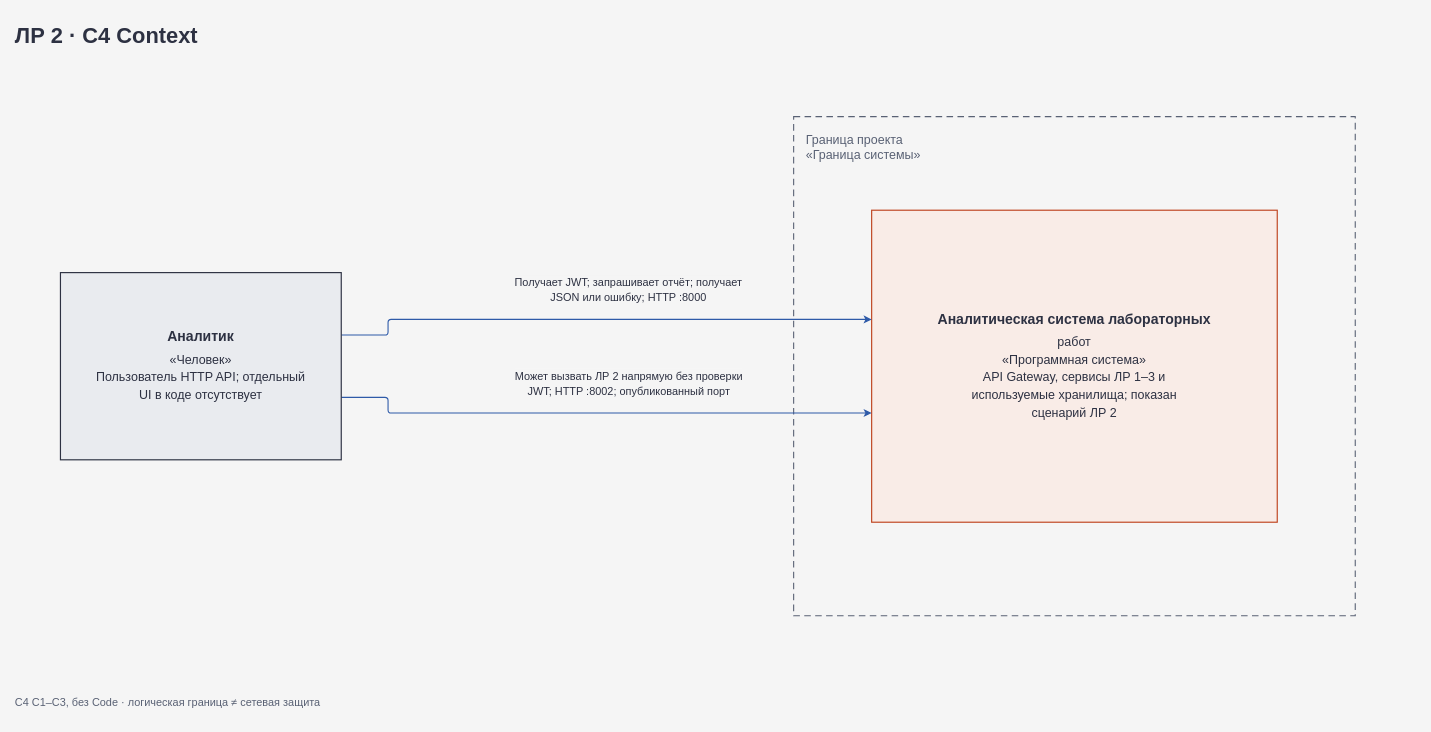
The draw.io diagram page "C4 Context" (1 of 5) of docs/diagrams/drawio/lab2.drawio in prikolBLYAT/volovich, before the edit. Source tidied: cells renumbered, new cells numbered last; positions are measured from the earlier drawing's top-left corner, leaving out a move shared by most shapes. Both pictures are drawn from the tidied source at 78%, with x=0, y=0 at pixel (13, 13).
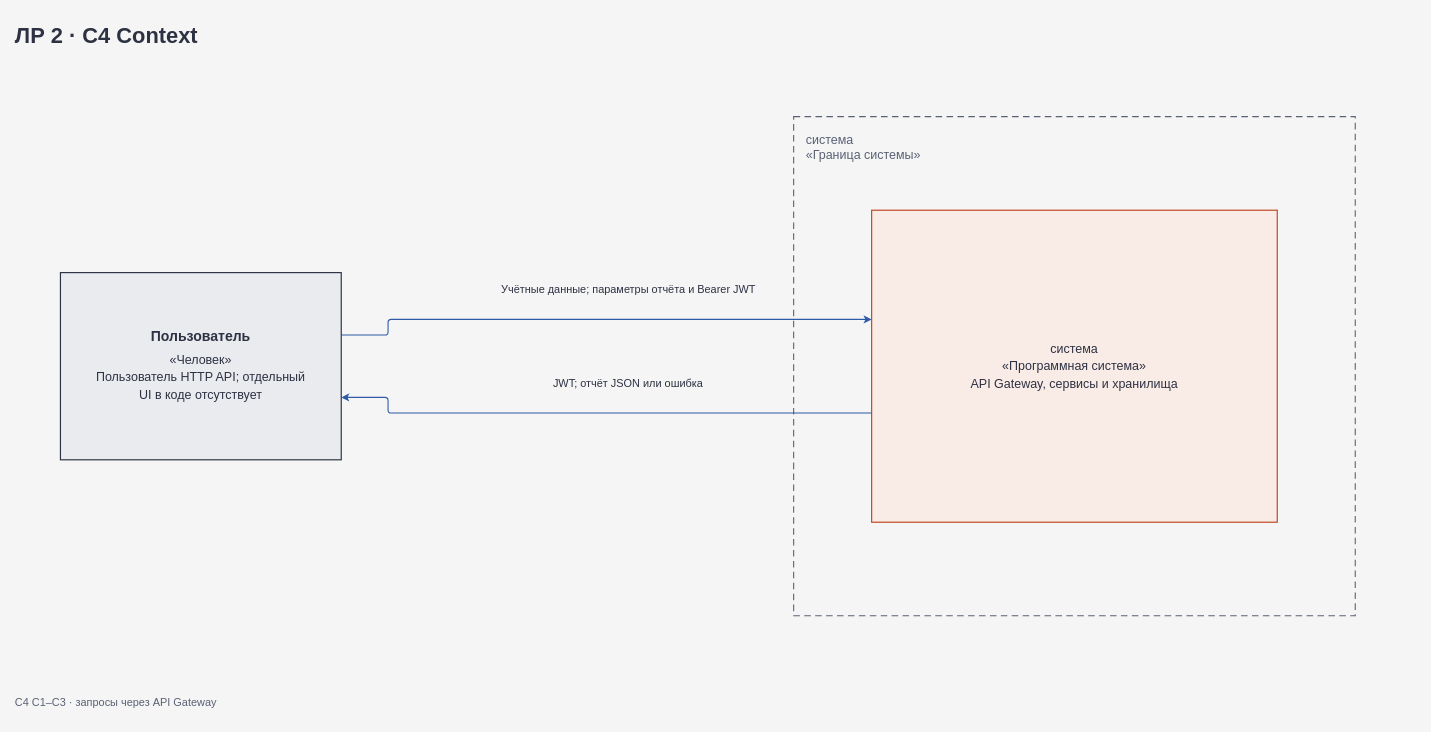
Above is the later version.

The edit, as a diff of the source:
```diff
@@
 <mxGraphModel background="#f5f5f5">
   <root>
     <mxCell id="0" />
     <mxCell id="1" parent="0" />
     <mxCell id="2" value="ЛР 2 · C4 Context" style="text;html=1;fontFamily=Arial;fontSize=28;fontStyle=1;fontColor=#2d3142;align=left;verticalAlign=middle;strokeColor=none;fillColor=none;" parent="1" vertex="1">
       <mxGeometry width="1800" height="56" as="geometry" />
     </mxCell>
-    <mxCell id="3" value="Граница проекта&lt;br&gt;«Граница системы»" style="rounded=0;html=1;whiteSpace=wrap;fillColor=none;strokeColor=#596174;dashed=1;dashPattern=6 4;strokeWidth=1.4;align=left;verticalAlign=top;spacing=16;fontFamily=Arial;fontSize=16;fontColor=#596174;" parent="1" vertex="1">
+    <mxCell id="3" value="система&lt;br&gt;«Граница системы»" style="rounded=0;html=1;whiteSpace=wrap;fillColor=none;strokeColor=#596174;dashed=1;dashPattern=6 4;strokeWidth=1.4;align=left;verticalAlign=top;spacing=16;fontFamily=Arial;fontSize=16;fontColor=#596174;" parent="1" vertex="1">
       <mxGeometry x="1000" y="132" width="720" height="640" as="geometry" />
     </mxCell>
-    <mxCell id="4" value="&lt;div style=&quot;line-height:1.35&quot;&gt;Получает JWT; запрашивает отчёт; получает&lt;br&gt;JSON или ошибку; HTTP :8000&lt;/div&gt;" style="edgeStyle=orthogonalEdgeStyle;rounded=1;arcSize=8;jettySize=0;html=1;endArrow=classic;endFill=1;strokeWidth=1.4;strokeColor=#2e5aa8;fontFamily=Arial;fontSize=14;fontColor=#2d3142;labelBackgroundColor=#f5f5f5;labelBorderColor=none;whiteSpace=wrap;labelWidth=327.40000000000003;spacing=4;jumpStyle=arc;jumpSize=10;exitX=1;exitY=0.3333333333333333;exitDx=0;exitDy=0;exitPerimeter=0;entryX=0;entryY=0.35;entryDx=0;entryDy=0;entryPerimeter=0;" parent="1" edge="1" source="6" target="7">
+    <mxCell id="4" value="&lt;div style=&quot;line-height:1.4&quot;&gt;Учётные данные; параметры отчёта и Bearer JWT&lt;/div&gt;" style="edgeStyle=orthogonalEdgeStyle;rounded=1;arcSize=8;jettySize=0;html=1;endArrow=classic;endFill=1;strokeWidth=1.4;strokeColor=#2e5aa8;fontFamily=Arial;fontSize=14;fontColor=#2d3142;labelBackgroundColor=#f5f5f5;labelBorderColor=none;whiteSpace=wrap;labelWidth=327.40000000000003;spacing=4;jumpStyle=arc;jumpSize=10;exitX=1;exitY=0.3333333333333333;exitDx=0;exitDy=0;exitPerimeter=0;entryX=0;entryY=0.35;entryDx=0;entryDy=0;entryPerimeter=0;" parent="1" edge="1" source="6" target="7">
       <mxGeometry x="0.11" relative="1" as="geometry">
         <Array as="points">
           <mxPoint x="480" y="412" />
           <mxPoint x="480" y="392" />
         </Array>
         <mxPoint y="-38" as="offset" />
       </mxGeometry>
     </mxCell>
-    <mxCell id="5" value="&lt;div style=&quot;line-height:1.35&quot;&gt;Может вызвать ЛР 2 напрямую без проверки&lt;br&gt;JWT; HTTP :8002; опубликованный порт&lt;/div&gt;" style="edgeStyle=orthogonalEdgeStyle;rounded=1;arcSize=8;jettySize=0;html=1;endArrow=classic;endFill=1;strokeWidth=1.4;strokeColor=#2e5aa8;fontFamily=Arial;fontSize=14;fontColor=#2d3142;labelBackgroundColor=#f5f5f5;labelBorderColor=none;whiteSpace=wrap;labelWidth=320.0;spacing=4;jumpStyle=arc;jumpSize=10;exitX=1;exitY=0.6666666666666666;exitDx=0;exitDy=0;exitPerimeter=0;entryX=0;entryY=0.65;entryDx=0;entryDy=0;entryPerimeter=0;" parent="1" edge="1" source="6" target="7">
-      <mxGeometry x="0.11" relative="1" as="geometry">
+    <mxCell id="5" value="&lt;div style=&quot;line-height:1.4&quot;&gt;JWT; отчёт JSON или ошибка&lt;/div&gt;" style="edgeStyle=orthogonalEdgeStyle;rounded=1;arcSize=8;jettySize=0;html=1;endArrow=classic;endFill=1;strokeWidth=1.4;strokeColor=#2e5aa8;fontFamily=Arial;fontSize=14;fontColor=#2d3142;labelBackgroundColor=#f5f5f5;labelBorderColor=none;whiteSpace=wrap;labelWidth=320.0;spacing=4;jumpStyle=arc;jumpSize=10;exitX=0;exitY=0.65;exitDx=0;exitDy=0;exitPerimeter=0;entryX=1;entryY=0.6666666666666666;entryDx=0;entryDy=0;entryPerimeter=0;" parent="1" edge="1" source="7" target="6">
+      <mxGeometry x="-0.11" relative="1" as="geometry">
         <Array as="points">
+          <mxPoint x="480" y="512" />
           <mxPoint x="480" y="492" />
-          <mxPoint x="480" y="512" />
         </Array>
         <mxPoint y="-38" as="offset" />
       </mxGeometry>
     </mxCell>
-    <mxCell id="6" value="&lt;div style=&quot;font-size:18px;font-weight:bold&quot;&gt;Аналитик&lt;/div&gt;&lt;div style=&quot;margin-top:8px;line-height:1.4&quot;&gt;«Человек»&lt;br&gt;Пользователь HTTP API; отдельный&lt;br&gt;UI в коде отсутствует&lt;/div&gt;" style="html=1;whiteSpace=wrap;fontFamily=Arial;fontSize=16;fontColor=#2d3142;spacing=20;verticalAlign=middle;align=center;strokeWidth=1.5;rounded=0;fillColor=#e9ebef;strokeColor=#2d3142;" parent="1" vertex="1">
+    <mxCell id="6" value="&lt;div style=&quot;font-size:18px;font-weight:bold&quot;&gt;Пользователь&lt;/div&gt;&lt;div style=&quot;margin-top:8px;line-height:1.4&quot;&gt;«Человек»&lt;br&gt;Пользователь HTTP API; отдельный&lt;br&gt;UI в коде отсутствует&lt;/div&gt;" style="html=1;whiteSpace=wrap;fontFamily=Arial;fontSize=16;fontColor=#2d3142;spacing=20;verticalAlign=middle;align=center;strokeWidth=1.5;rounded=0;fillColor=#e9ebef;strokeColor=#2d3142;" parent="1" vertex="1">
       <mxGeometry x="60" y="332" width="360" height="240" as="geometry" />
     </mxCell>
-    <mxCell id="7" value="&lt;div style=&quot;font-size:18px;font-weight:bold&quot;&gt;Аналитическая система лабораторных&lt;/div&gt;&lt;div style=&quot;margin-top:8px;line-height:1.4&quot;&gt;работ&lt;br&gt;«Программная система»&lt;br&gt;API Gateway, сервисы ЛР 1–3 и&lt;br&gt;используемые хранилища; показан&lt;br&gt;сценарий ЛР 2&lt;/div&gt;" style="html=1;whiteSpace=wrap;fontFamily=Arial;fontSize=16;fontColor=#2d3142;spacing=20;verticalAlign=middle;align=center;strokeWidth=1.5;rounded=0;fillColor=#f9ece7;strokeColor=#bf4520;" parent="3" vertex="1">
+    <mxCell id="7" value="&lt;div style=&quot;line-height:1.4&quot;&gt;система&lt;br&gt;«Программная система»&lt;br&gt;API Gateway, сервисы и хранилища&lt;/div&gt;" style="html=1;whiteSpace=wrap;fontFamily=Arial;fontSize=16;fontColor=#2d3142;spacing=20;verticalAlign=middle;align=center;strokeWidth=1.5;rounded=0;fillColor=#f9ece7;strokeColor=#bf4520;" parent="3" vertex="1">
       <mxGeometry x="100" y="120" width="520" height="400" as="geometry" />
     </mxCell>
-    <mxCell id="8" value="C4 C1–C3, без Code · логическая граница ≠ сетевая защита" style="text;html=1;fontFamily=Arial;fontSize=14;fontColor=#596174;align=left;strokeColor=none;fillColor=none;" parent="1" vertex="1">
+    <mxCell id="8" value="C4 C1–C3 · запросы через API Gateway" style="text;html=1;fontFamily=Arial;fontSize=14;fontColor=#596174;align=left;strokeColor=none;fillColor=none;" parent="1" vertex="1">
       <mxGeometry y="868" width="1800" height="36" as="geometry" />
     </mxCell>
   </root>
 </mxGraphModel>
```
